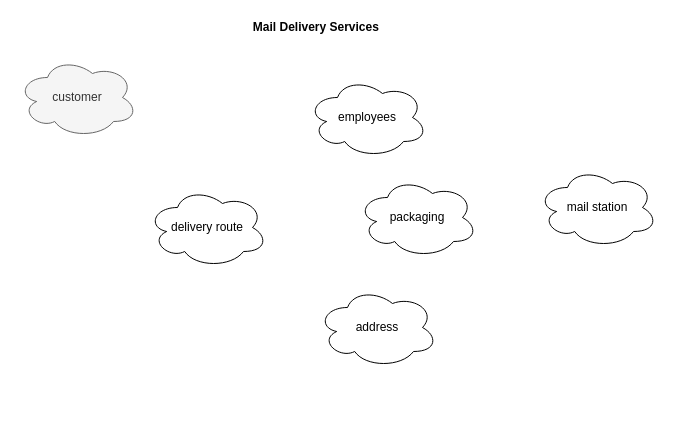
This is cloud diagramm.drawio from RobertCas84/CF-RobertCastillo-CR-09, a draw.io file, before an edit. Source tidied: cells renumbered, new cells numbered last; positions are measured from the earlier drawing's top-left corner, leaving out a move shared by most shapes. Both pictures are drawn from the tidied source at 100%, with x=0, y=0 at pixel (17, 17).
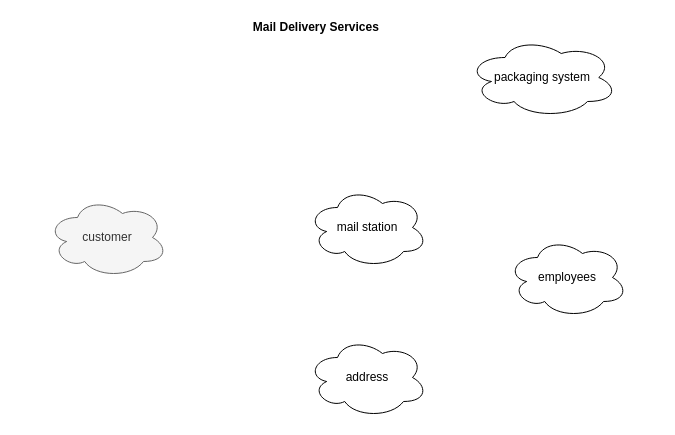
The same page after the edit.

What changed in the source:
```diff
@@
 <mxGraphModel>
   <root>
     <mxCell id="0" />
     <mxCell id="1" parent="0" />
     <mxCell id="2" value="customer" style="ellipse;shape=cloud;whiteSpace=wrap;html=1;fillColor=#f5f5f5;strokeColor=#666666;fontColor=#333333;fontStyle=0;" parent="1" vertex="1">
-      <mxGeometry y="40" width="120" height="80" as="geometry" />
+      <mxGeometry x="30" y="180" width="120" height="80" as="geometry" />
     </mxCell>
     <mxCell id="3" value="Mail Delivery Services&amp;nbsp;" style="text;html=1;align=center;verticalAlign=middle;fontStyle=1;" parent="1" vertex="1">
       <mxGeometry x="225" width="150" height="20" as="geometry" />
     </mxCell>
     <mxCell id="4" value="employees" style="ellipse;shape=cloud;whiteSpace=wrap;html=1;" parent="1" vertex="1">
-      <mxGeometry x="290" y="60" width="120" height="80" as="geometry" />
+      <mxGeometry x="490" y="220" width="120" height="80" as="geometry" />
     </mxCell>
     <mxCell id="5" value="mail station" style="ellipse;shape=cloud;whiteSpace=wrap;html=1;" parent="1" vertex="1">
-      <mxGeometry x="520" y="150" width="120" height="80" as="geometry" />
+      <mxGeometry x="290" y="170" width="120" height="80" as="geometry" />
     </mxCell>
-    <mxCell id="6" value="delivery route" style="ellipse;shape=cloud;whiteSpace=wrap;html=1;" parent="1" vertex="1">
-      <mxGeometry x="130" y="170" width="120" height="80" as="geometry" />
-    </mxCell>
     <mxCell id="7" value="address" style="ellipse;shape=cloud;whiteSpace=wrap;html=1;" parent="1" vertex="1">
-      <mxGeometry x="300" y="270" width="120" height="80" as="geometry" />
+      <mxGeometry x="290" y="320" width="120" height="80" as="geometry" />
     </mxCell>
-    <mxCell id="8" value="packaging" style="ellipse;shape=cloud;whiteSpace=wrap;html=1;" parent="1" vertex="1">
-      <mxGeometry x="340" y="160" width="120" height="80" as="geometry" />
+    <mxCell id="8" value="packaging system" style="ellipse;shape=cloud;whiteSpace=wrap;html=1;" parent="1" vertex="1">
+      <mxGeometry x="450" y="20" width="150" height="80" as="geometry" />
     </mxCell>
   </root>
 </mxGraphModel>
```
